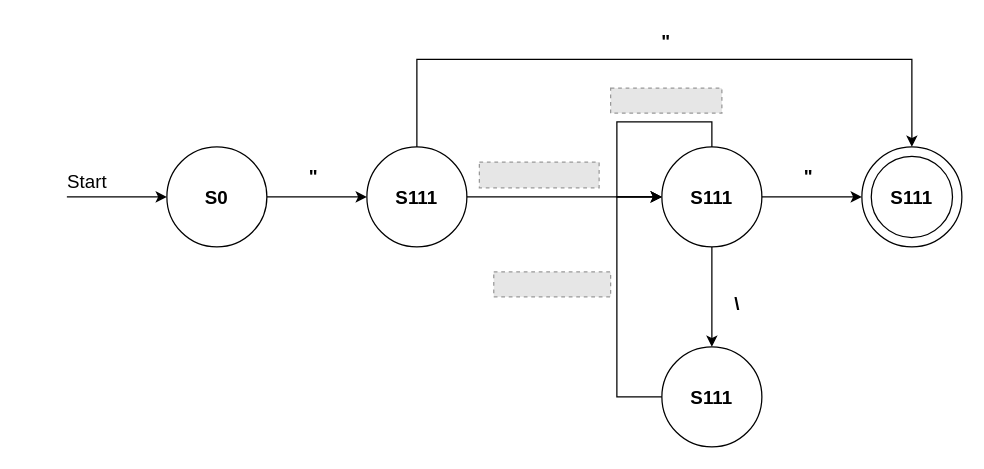
This is stringDelim.drawio from MonaJea-Ng/Projects, a draw.io file, before an edit. Source tidied: cells renumbered, new cells numbered last; positions are measured from the earlier drawing's top-left corner, leaving out a move shared by most shapes. Both pictures are drawn from the tidied source at 125%, with x=0, y=0 at pixel (21, 21). Pictures stored in the file or linked from it are replaced by grey dashed boxes.
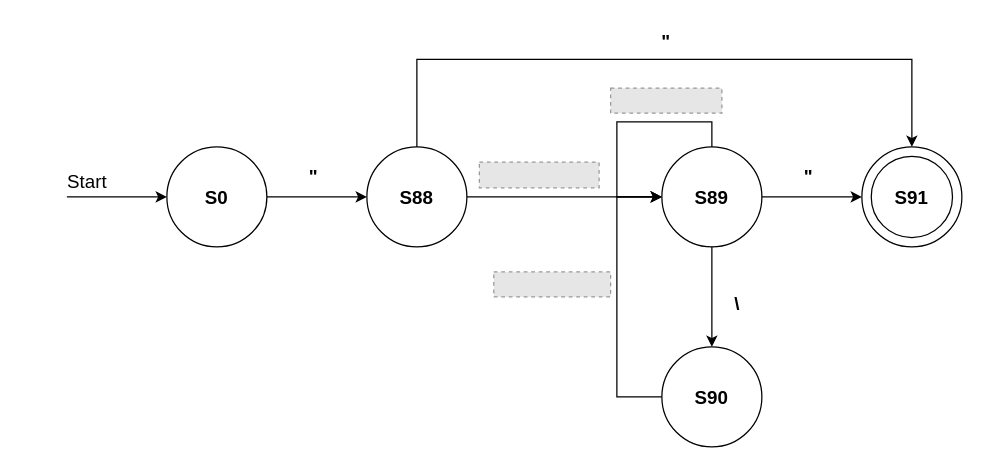
Above is the later version.

Change to the diagram source:
```diff
@@
-    <mxCell id="9" value="&lt;b&gt;&lt;font style=&quot;font-size: 15px;&quot;&gt;S111&lt;/font&gt;&lt;/b&gt;" style="text;html=1;strokeColor=none;fillColor=none;align=center;verticalAlign=middle;whiteSpace=wrap;rounded=0;" parent="1" vertex="1">
+    <mxCell id="9" value="&lt;b&gt;&lt;font style=&quot;font-size: 15px;&quot;&gt;S88&lt;/font&gt;&lt;/b&gt;" style="text;html=1;strokeColor=none;fillColor=none;align=center;verticalAlign=middle;whiteSpace=wrap;rounded=0;" parent="1" vertex="1">
       <mxGeometry x="286" y="125" width="60" height="30" as="geometry" />
     </mxCell>
@@
-    <mxCell id="15" value="&lt;b&gt;&lt;font style=&quot;font-size: 15px;&quot;&gt;S111&lt;/font&gt;&lt;/b&gt;" style="text;html=1;strokeColor=none;fillColor=none;align=center;verticalAlign=middle;whiteSpace=wrap;rounded=0;" parent="1" vertex="1">
+    <mxCell id="15" value="&lt;b&gt;&lt;font style=&quot;font-size: 15px;&quot;&gt;S89&lt;/font&gt;&lt;/b&gt;" style="text;html=1;strokeColor=none;fillColor=none;align=center;verticalAlign=middle;whiteSpace=wrap;rounded=0;" parent="1" vertex="1">
       <mxGeometry x="522" y="125" width="60" height="30" as="geometry" />
     </mxCell>
@@
-    <mxCell id="19" value="&lt;b&gt;&lt;font style=&quot;font-size: 15px;&quot;&gt;S111&lt;/font&gt;&lt;/b&gt;" style="text;html=1;strokeColor=none;fillColor=none;align=center;verticalAlign=middle;whiteSpace=wrap;rounded=0;" parent="1" vertex="1">
+    <mxCell id="19" value="&lt;b&gt;&lt;font style=&quot;font-size: 15px;&quot;&gt;S91&lt;/font&gt;&lt;/b&gt;" style="text;html=1;strokeColor=none;fillColor=none;align=center;verticalAlign=middle;whiteSpace=wrap;rounded=0;" parent="1" vertex="1">
       <mxGeometry x="682" y="125" width="60" height="30" as="geometry" />
     </mxCell>
@@
-    <mxCell id="22" value="&lt;b&gt;&lt;font style=&quot;font-size: 15px;&quot;&gt;S111&lt;/font&gt;&lt;/b&gt;" style="text;html=1;strokeColor=none;fillColor=none;align=center;verticalAlign=middle;whiteSpace=wrap;rounded=0;" parent="1" vertex="1">
+    <mxCell id="22" value="&lt;span style=&quot;font-size: 15px;&quot;&gt;&lt;b&gt;S90&lt;/b&gt;&lt;/span&gt;" style="text;html=1;strokeColor=none;fillColor=none;align=center;verticalAlign=middle;whiteSpace=wrap;rounded=0;" parent="1" vertex="1">
       <mxGeometry x="522" y="285" width="60" height="30" as="geometry" />
     </mxCell>
```
